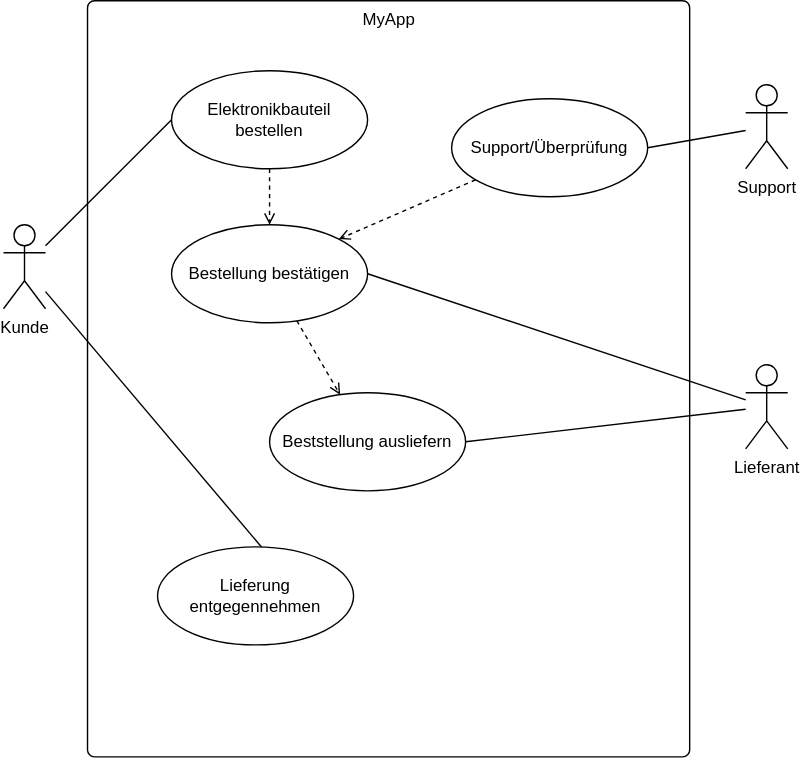
The draw.io diagram figures/uc-diagram.drawio.svg in reiflja1/gruppenarbeitSE2, before a commit. Source tidied: cells renumbered, new cells last; positions are measured from the earlier drawing's top-left corner, leaving out a move shared by most shapes.
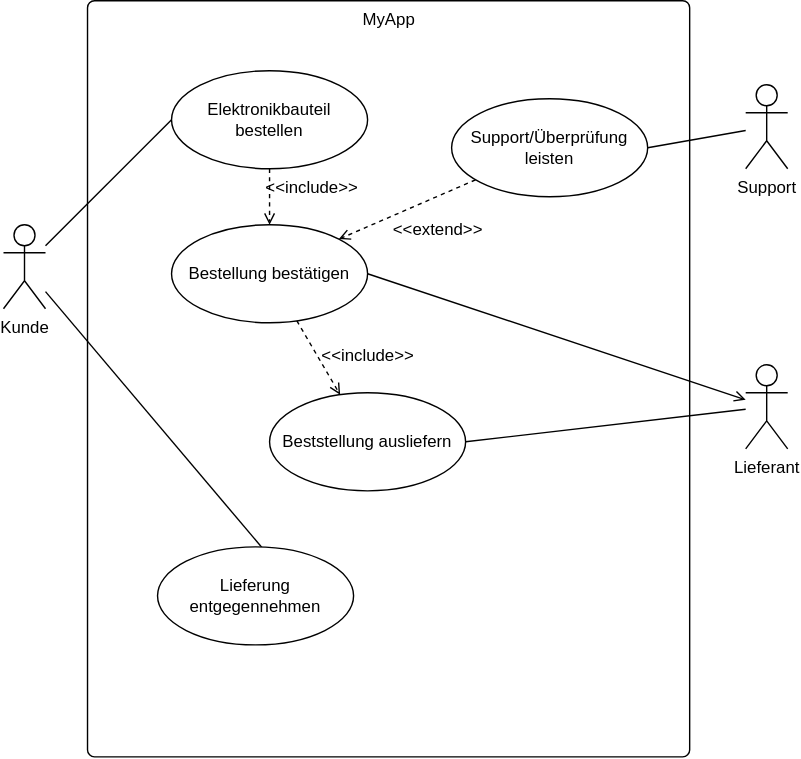
Later version of the same file.

What changed in the source:
```diff
@@ -5,7 +5,7 @@
     <mxCell id="2" value="MyApp" style="html=1;align=center;verticalAlign=top;rounded=1;absoluteArcSize=1;arcSize=10;dashed=0;" parent="1" vertex="1">
       <mxGeometry x="60" width="430" height="540" as="geometry" />
     </mxCell>
-    <mxCell id="3" style="edgeStyle=none;sketch=0;html=1;entryX=1;entryY=0.5;entryDx=0;entryDy=0;endArrow=none;endFill=0;" parent="1" edge="1" source="5" target="9">
+    <mxCell id="3" style="edgeStyle=none;sketch=0;html=1;entryX=1;entryY=0.5;entryDx=0;entryDy=0;endArrow=none;endFill=0;startArrow=open;startFill=0;" parent="1" edge="1" source="5" target="9">
       <mxGeometry relative="1" as="geometry" />
     </mxCell>
     <mxCell id="4" style="edgeStyle=none;sketch=0;html=1;entryX=1;entryY=0.5;entryDx=0;entryDy=0;endArrow=none;endFill=0;" parent="1" edge="1" source="5" target="17">
@@ -38,7 +38,7 @@
     <mxCell id="13" style="edgeStyle=none;sketch=0;html=1;entryX=1;entryY=0;entryDx=0;entryDy=0;endArrow=open;endFill=0;dashed=1;" parent="1" edge="1" source="14" target="9">
       <mxGeometry relative="1" as="geometry" />
     </mxCell>
-    <mxCell id="14" value="Support/Überprüfung" style="ellipse;whiteSpace=wrap;html=1;" parent="1" vertex="1">
+    <mxCell id="14" value="Support/Überprüfung leisten" style="ellipse;whiteSpace=wrap;html=1;" parent="1" vertex="1">
       <mxGeometry x="320" y="70" width="140" height="70" as="geometry" />
     </mxCell>
     <mxCell id="15" style="edgeStyle=none;sketch=0;html=1;entryX=1;entryY=0.5;entryDx=0;entryDy=0;endArrow=none;endFill=0;" parent="1" edge="1" source="16" target="14">
@@ -53,5 +53,14 @@
     <mxCell id="18" value="Lieferung entgegennehmen" style="ellipse;whiteSpace=wrap;html=1;" parent="1" vertex="1">
       <mxGeometry x="110" y="390" width="140" height="70" as="geometry" />
     </mxCell>
+    <mxCell id="19" value="&lt;font style=&quot;font-size: 12px; font-weight: normal;&quot;&gt;&amp;lt;&amp;lt;include&amp;gt;&amp;gt;&lt;/font&gt;" style="text;strokeColor=none;fillColor=none;html=1;fontSize=24;fontStyle=1;verticalAlign=middle;align=center;" parent="1" vertex="1">
+      <mxGeometry x="210" y="230" width="100" height="40" as="geometry" />
+    </mxCell>
+    <mxCell id="20" value="&lt;font style=&quot;font-size: 12px; font-weight: normal;&quot;&gt;&amp;lt;&amp;lt;include&amp;gt;&amp;gt;&lt;/font&gt;" style="text;strokeColor=none;fillColor=none;html=1;fontSize=24;fontStyle=1;verticalAlign=middle;align=center;" parent="1" vertex="1">
+      <mxGeometry x="170" y="110" width="100" height="40" as="geometry" />
+    </mxCell>
+    <mxCell id="21" value="&lt;font style=&quot;font-size: 12px; font-weight: normal;&quot;&gt;&amp;lt;&amp;lt;extend&amp;gt;&amp;gt;&lt;/font&gt;" style="text;strokeColor=none;fillColor=none;html=1;fontSize=24;fontStyle=1;verticalAlign=middle;align=center;" parent="1" vertex="1">
+      <mxGeometry x="260" y="140" width="100" height="40" as="geometry" />
+    </mxCell>
   </root>
 </mxGraphModel>
```
